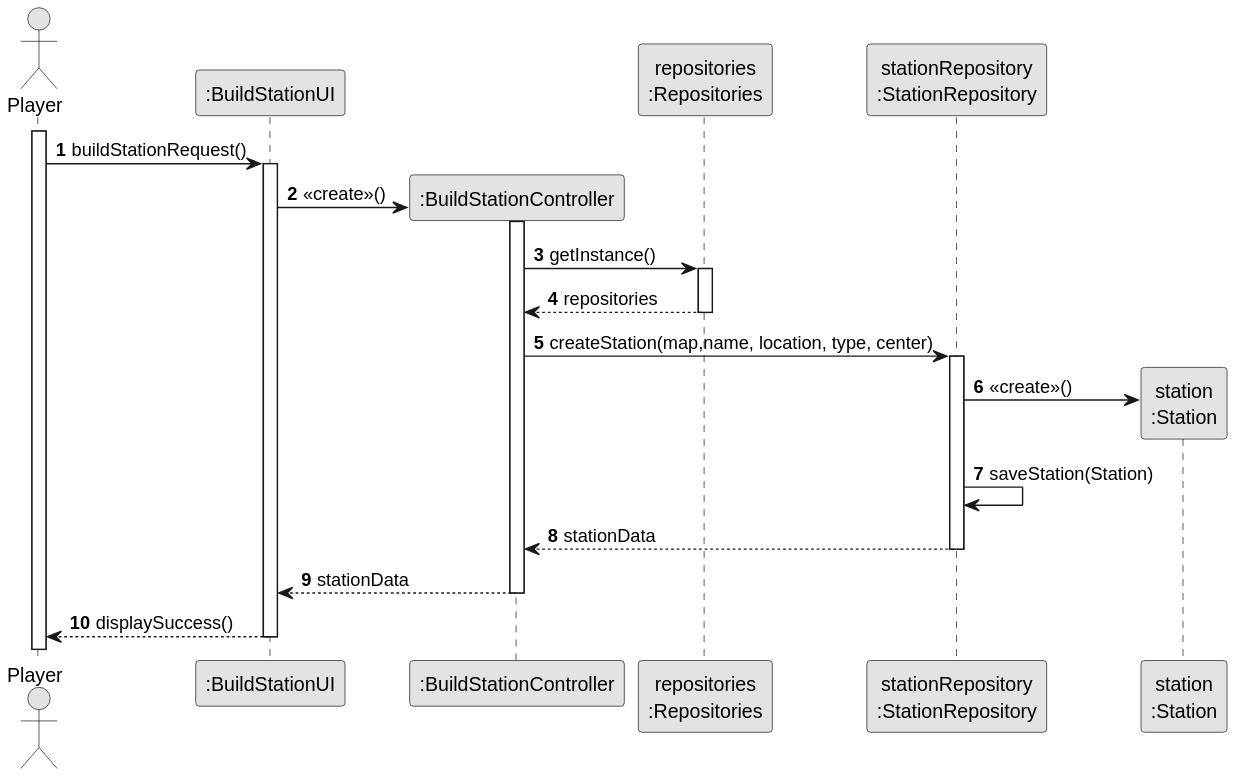
The PlantUML diagram docs/system-documentation/US005/03.design/svg/US005-SD-createAndSuccess.svg in goncalolopesp/sem2-pi-24.25-g093-repo, before a commit.
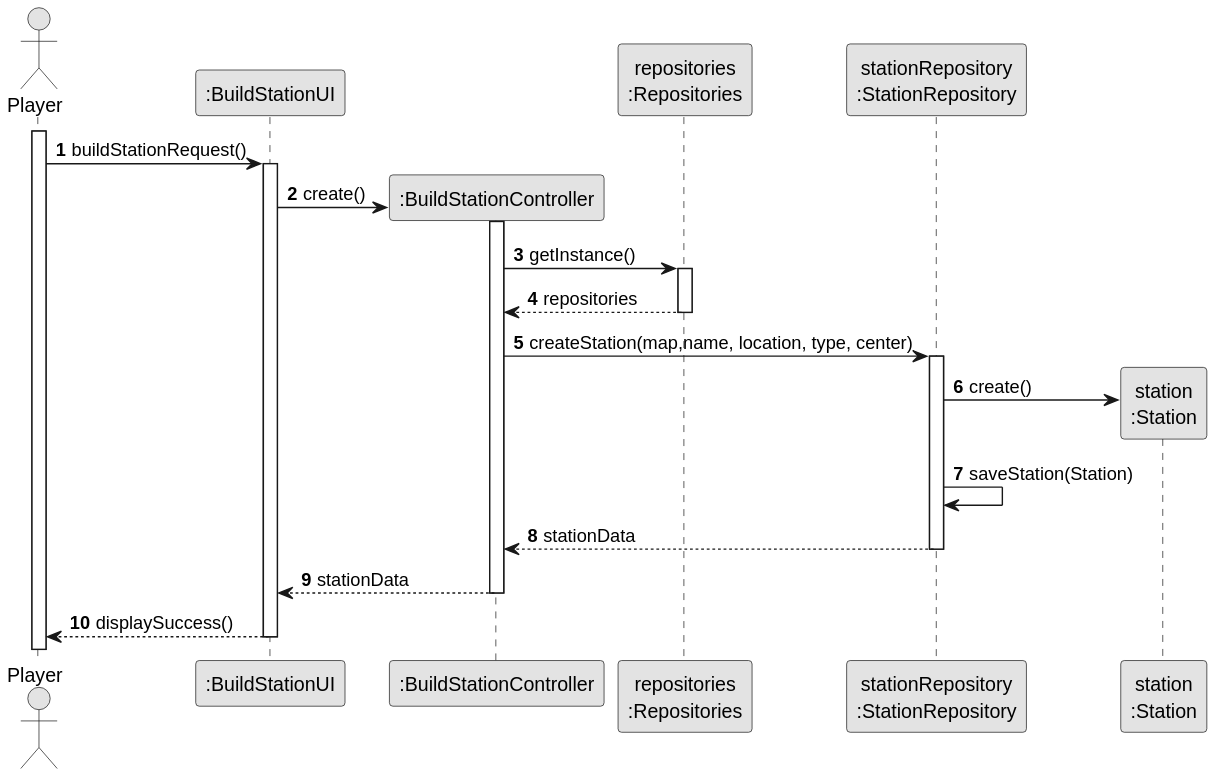
Above is the later version.

What changed in the source:
```diff
@@ -12,7 +12,7 @@
 Player -> BuildUI : buildStationRequest()
 activate BuildUI
 create ":BuildStationController" as BuildController
-BuildUI -> BuildController : «create»()
+BuildUI -> BuildController : create()
 activate BuildController
 participant "repositories\n:Repositories" as Repositories
 participant "stationRepository\n:StationRepository" as StationRepo
@@ -25,7 +25,7 @@
 activate StationRepo
 
 create "station\n:Station" as Station
-StationRepo -> Station         : «create»()
+StationRepo -> Station         : create()
 StationRepo -> StationRepo     : saveStation(Station)
 StationRepo --> BuildController : stationData
 deactivate StationRepo
```
